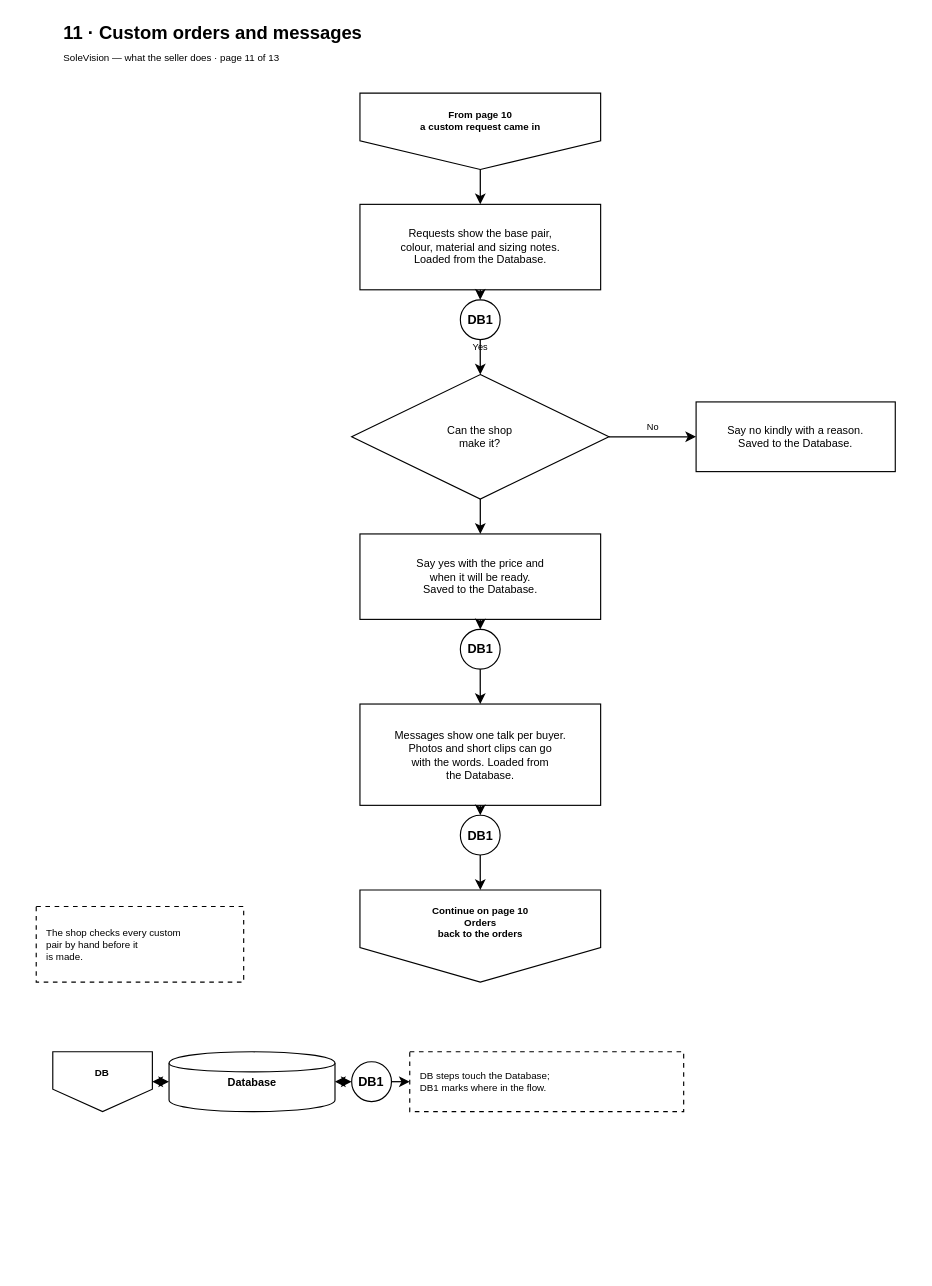
The draw.io diagram page "11 Custom orders and messages" (11 of 19) of docs/diagrams/seller-journey-flowchart.drawio in kibs06/CUF, before the edit. Source tidied: cells renumbered, new cells numbered last; positions are measured from the earlier drawing's top-left corner, leaving out a move shared by most shapes. Both pictures are drawn from the tidied source at 115%, with x=0, y=0 at pixel (36, 20).
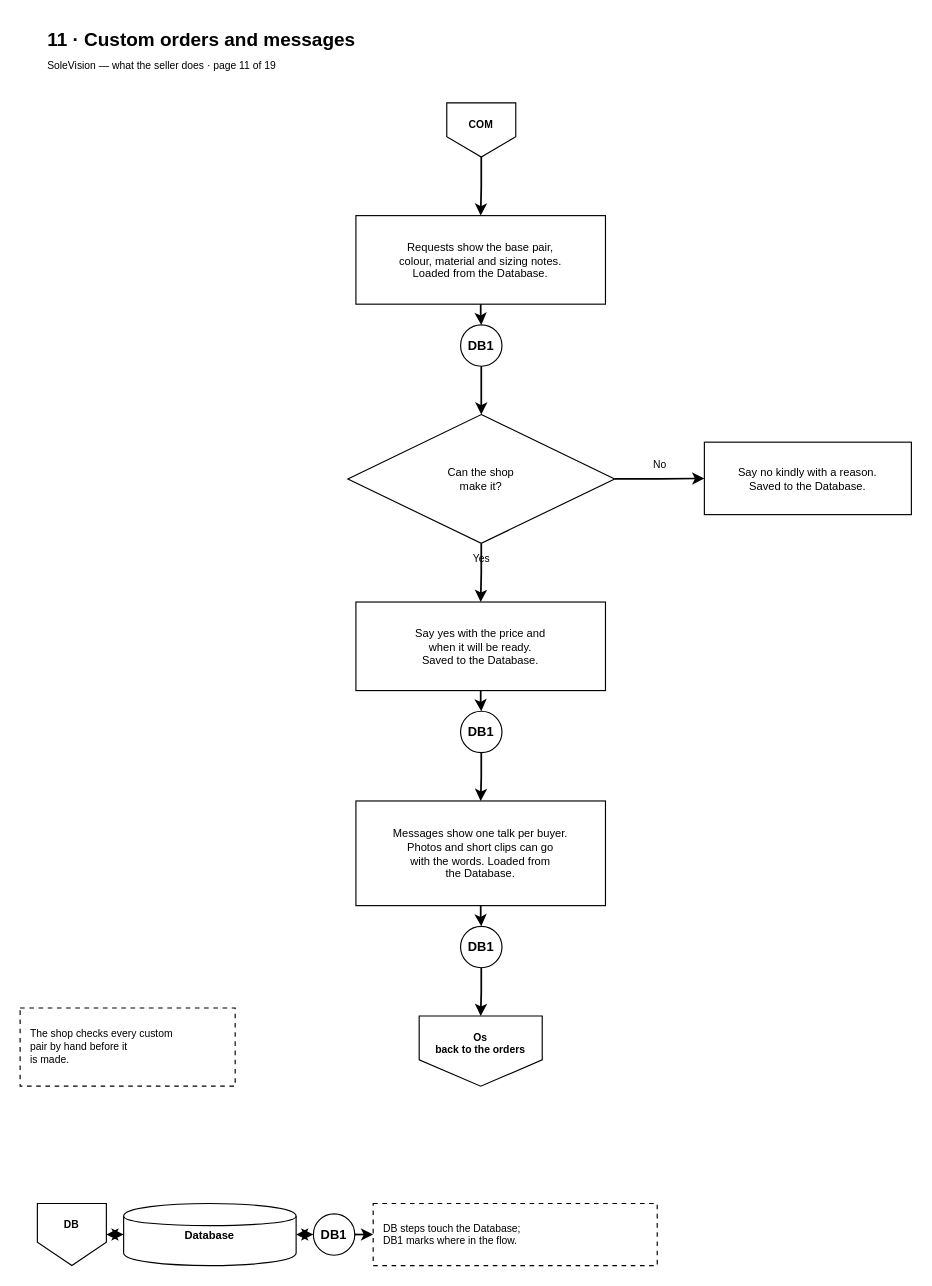
After the change.

Diff of the diagram source:
```diff
@@
-    <mxCell id="2" value="From page 10&lt;br&gt;a custom request came in" style="shape=offPageConnector;whiteSpace=wrap;html=1;fillColor=none;strokeColor=light-dark(#000000,#FFFFFF);fontColor=light-dark(#000000,#FFFFFF);fontSize=8.5;fontStyle=1;verticalAlign=top;spacingTop=7.2;perimeter=rectanglePerimeter;" parent="1" vertex="1">
-      <mxGeometry x="281.5" y="63.5" width="209.3" height="66.4" as="geometry" />
+    <mxCell id="2" value="COM" style="shape=offPageConnector;whiteSpace=wrap;html=1;fillColor=none;strokeColor=light-dark(#000000,#FFFFFF);fontColor=light-dark(#000000,#FFFFFF);fontSize=9;fontStyle=1;verticalAlign=top;spacingTop=7.5;perimeter=rectanglePerimeter;" parent="1" vertex="1">
+      <mxGeometry x="357" y="72" width="60" height="47" as="geometry" />
     </mxCell>
-    <mxCell id="3" value="Requests show the base pair,&lt;br&gt;colour, material and sizing notes.&lt;br&gt;Loaded from the Database." style="rounded=0;whiteSpace=wrap;html=1;fillColor=none;strokeColor=light-dark(#000000,#FFFFFF);fontColor=light-dark(#000000,#FFFFFF);fontSize=9.5;" parent="1" vertex="1">
-      <mxGeometry x="281.5" y="160.2" width="209.3" height="74.3" as="geometry" />
+    <mxCell id="3" value="Requests show the base pair,&lt;br&gt;colour, material and sizing notes.&lt;br&gt;Loaded from the Database." style="rounded=0;whiteSpace=wrap;html=1;fillColor=none;strokeColor=light-dark(#000000,#FFFFFF);fontColor=light-dark(#000000,#FFFFFF);fontSize=9.7;" parent="1" vertex="1">
+      <mxGeometry x="278" y="170" width="217" height="77" as="geometry" />
     </mxCell>
-    <mxCell id="4" value="DB1" style="ellipse;whiteSpace=wrap;html=1;fillColor=none;strokeColor=light-dark(#000000,#FFFFFF);fontColor=light-dark(#000000,#FFFFFF);fontSize=11;fontStyle=1;perimeter=ellipsePerimeter;" parent="1" vertex="1">
-      <mxGeometry x="368.8" y="243.2" width="34.6" height="34.6" as="geometry" />
+    <mxCell id="4" value="DB1" style="ellipse;whiteSpace=wrap;html=1;fillColor=none;strokeColor=light-dark(#000000,#FFFFFF);fontColor=light-dark(#000000,#FFFFFF);fontSize=11.2;fontStyle=1;perimeter=ellipsePerimeter;" parent="1" vertex="1">
+      <mxGeometry x="369" y="265" width="36" height="36" as="geometry" />
     </mxCell>
-    <mxCell id="5" value="Can the shop&lt;br&gt;make it?" style="rhombus;whiteSpace=wrap;html=1;fillColor=none;strokeColor=light-dark(#000000,#FFFFFF);fontColor=light-dark(#000000,#FFFFFF);fontSize=9.5;perimeter=rhombusPerimeter;" parent="1" vertex="1">
-      <mxGeometry x="274.3" y="308.2" width="223.7" height="108.3" as="geometry" />
+    <mxCell id="5" value="Can the shop&lt;br&gt;make it?" style="rhombus;whiteSpace=wrap;html=1;fillColor=none;strokeColor=light-dark(#000000,#FFFFFF);fontColor=light-dark(#000000,#FFFFFF);fontSize=9.7;perimeter=rhombusPerimeter;" parent="1" vertex="1">
+      <mxGeometry x="271" y="343" width="232" height="112" as="geometry" />
     </mxCell>
-    <mxCell id="6" value="Say no kindly with a reason.&lt;br&gt;Saved to the Database." style="rounded=0;whiteSpace=wrap;html=1;fillColor=none;strokeColor=light-dark(#000000,#FFFFFF);fontColor=light-dark(#000000,#FFFFFF);fontSize=9.5;" parent="1" vertex="1">
-      <mxGeometry x="573.8" y="332" width="173.2" height="60.6" as="geometry" />
+    <mxCell id="6" value="Say no kindly with a reason.&lt;br&gt;Saved to the Database." style="rounded=0;whiteSpace=wrap;html=1;fillColor=none;strokeColor=light-dark(#000000,#FFFFFF);fontColor=light-dark(#000000,#FFFFFF);fontSize=9.7;" parent="1" vertex="1">
+      <mxGeometry x="581" y="367" width="180" height="63" as="geometry" />
     </mxCell>
-    <mxCell id="7" value="Say yes with the price and&lt;br&gt;when it will be ready.&lt;br&gt;Saved to the Database." style="rounded=0;whiteSpace=wrap;html=1;fillColor=none;strokeColor=light-dark(#000000,#FFFFFF);fontColor=light-dark(#000000,#FFFFFF);fontSize=9.5;" parent="1" vertex="1">
-      <mxGeometry x="281.5" y="446.8" width="209.3" height="74.3" as="geometry" />
+    <mxCell id="7" value="Say yes with the price and&lt;br&gt;when it will be ready.&lt;br&gt;Saved to the Database." style="rounded=0;whiteSpace=wrap;html=1;fillColor=none;strokeColor=light-dark(#000000,#FFFFFF);fontColor=light-dark(#000000,#FFFFFF);fontSize=9.7;" parent="1" vertex="1">
+      <mxGeometry x="278" y="506" width="217" height="77" as="geometry" />
     </mxCell>
-    <mxCell id="8" value="DB1" style="ellipse;whiteSpace=wrap;html=1;fillColor=none;strokeColor=light-dark(#000000,#FFFFFF);fontColor=light-dark(#000000,#FFFFFF);fontSize=11;fontStyle=1;perimeter=ellipsePerimeter;" parent="1" vertex="1">
-      <mxGeometry x="368.8" y="529.8" width="34.6" height="34.6" as="geometry" />
+    <mxCell id="8" value="DB1" style="ellipse;whiteSpace=wrap;html=1;fillColor=none;strokeColor=light-dark(#000000,#FFFFFF);fontColor=light-dark(#000000,#FFFFFF);fontSize=11.2;fontStyle=1;perimeter=ellipsePerimeter;" parent="1" vertex="1">
+      <mxGeometry x="369" y="601" width="36" height="36" as="geometry" />
     </mxCell>
-    <mxCell id="9" value="Messages show one talk per buyer.&lt;br&gt;Photos and short clips can go&lt;br&gt;with the words. Loaded from&lt;br&gt;the Database." style="rounded=0;whiteSpace=wrap;html=1;fillColor=none;strokeColor=light-dark(#000000,#FFFFFF);fontColor=light-dark(#000000,#FFFFFF);fontSize=9.5;" parent="1" vertex="1">
-      <mxGeometry x="281.5" y="594.7" width="209.3" height="88.1" as="geometry" />
+    <mxCell id="9" value="Messages show one talk per buyer.&lt;br&gt;Photos and short clips can go&lt;br&gt;with the words. Loaded from&lt;br&gt;the Database." style="rounded=0;whiteSpace=wrap;html=1;fillColor=none;strokeColor=light-dark(#000000,#FFFFFF);fontColor=light-dark(#000000,#FFFFFF);fontSize=9.7;" parent="1" vertex="1">
+      <mxGeometry x="278" y="679" width="217" height="91" as="geometry" />
     </mxCell>
-    <mxCell id="10" value="DB1" style="ellipse;whiteSpace=wrap;html=1;fillColor=none;strokeColor=light-dark(#000000,#FFFFFF);fontColor=light-dark(#000000,#FFFFFF);fontSize=11;fontStyle=1;perimeter=ellipsePerimeter;" parent="1" vertex="1">
-      <mxGeometry x="368.8" y="691.4" width="34.6" height="34.6" as="geometry" />
+    <mxCell id="10" value="DB1" style="ellipse;whiteSpace=wrap;html=1;fillColor=none;strokeColor=light-dark(#000000,#FFFFFF);fontColor=light-dark(#000000,#FFFFFF);fontSize=11.2;fontStyle=1;perimeter=ellipsePerimeter;" parent="1" vertex="1">
+      <mxGeometry x="369" y="788" width="36" height="36" as="geometry" />
     </mxCell>
-    <mxCell id="11" value="Continue on page 10&lt;br&gt;Orders&lt;br&gt;back to the orders" style="shape=offPageConnector;whiteSpace=wrap;html=1;fillColor=none;strokeColor=light-dark(#000000,#FFFFFF);fontColor=light-dark(#000000,#FFFFFF);fontSize=8.5;fontStyle=1;verticalAlign=top;spacingTop=7.2;perimeter=rectanglePerimeter;" parent="1" vertex="1">
-      <mxGeometry x="281.5" y="756.4" width="209.3" height="80.1" as="geometry" />
+    <mxCell id="11" value="Os&lt;br&gt;back to the orders" style="shape=offPageConnector;whiteSpace=wrap;html=1;fillColor=none;strokeColor=light-dark(#000000,#FFFFFF);fontColor=light-dark(#000000,#FFFFFF);fontSize=9;fontStyle=1;verticalAlign=top;spacingTop=7.5;perimeter=rectanglePerimeter;" parent="1" vertex="1">
+      <mxGeometry x="333" y="866" width="107" height="61" as="geometry" />
     </mxCell>
-    <mxCell id="12" value="The shop checks every custom&lt;br&gt;pair by hand before it&lt;br&gt;is made." style="rounded=0;whiteSpace=wrap;html=1;dashed=1;dashPattern=4 4;fillColor=none;strokeColor=light-dark(#000000,#FFFFFF);fontColor=light-dark(#000000,#FFFFFF);fontSize=8.5;align=left;verticalAlign=middle;spacingLeft=7.2;spacingRight=7.2;" parent="1" vertex="1">
-      <mxGeometry y="770.8" width="180.4" height="65.7" as="geometry" />
+    <mxCell id="12" value="The shop checks every custom&lt;br&gt;pair by hand before it&lt;br&gt;is made." style="rounded=0;whiteSpace=wrap;html=1;dashed=1;dashPattern=4 4;fillColor=none;strokeColor=light-dark(#000000,#FFFFFF);fontColor=light-dark(#000000,#FFFFFF);fontSize=9;align=left;verticalAlign=middle;spacingLeft=7.5;spacingRight=7.5;" parent="1" vertex="1">
+      <mxGeometry x="-14" y="859" width="187" height="68" as="geometry" />
     </mxCell>
-    <mxCell id="13" value="DB" style="shape=offPageConnector;whiteSpace=wrap;html=1;fillColor=none;strokeColor=light-dark(#000000,#FFFFFF);fontColor=light-dark(#000000,#FFFFFF);fontSize=8.5;fontStyle=1;verticalAlign=top;spacingTop=7.2;perimeter=rectanglePerimeter;" parent="1" vertex="1">
-      <mxGeometry x="14.4" y="897.1" width="86.6" height="52" as="geometry" />
+    <mxCell id="13" value="DB" style="shape=offPageConnector;whiteSpace=wrap;html=1;fillColor=none;strokeColor=light-dark(#000000,#FFFFFF);fontColor=light-dark(#000000,#FFFFFF);fontSize=9;fontStyle=1;verticalAlign=top;spacingTop=7.5;perimeter=rectanglePerimeter;" parent="1" vertex="1">
+      <mxGeometry x="1" y="1029" width="60" height="54" as="geometry" />
     </mxCell>
-    <mxCell id="14" value="Database" style="shape=cylinder;whiteSpace=wrap;html=1;fillColor=none;strokeColor=light-dark(#000000,#FFFFFF);fontColor=light-dark(#000000,#FFFFFF);fontSize=9.5;fontStyle=1;" parent="1" vertex="1">
-      <mxGeometry x="115.5" y="897.1" width="144.3" height="52" as="geometry" />
+    <mxCell id="14" value="Database" style="shape=cylinder;whiteSpace=wrap;html=1;fillColor=none;strokeColor=light-dark(#000000,#FFFFFF);fontColor=light-dark(#000000,#FFFFFF);fontSize=9.7;fontStyle=1;" parent="1" vertex="1">
+      <mxGeometry x="76" y="1029" width="150" height="54" as="geometry" />
     </mxCell>
-    <mxCell id="15" value="DB1" style="ellipse;whiteSpace=wrap;html=1;fillColor=none;strokeColor=light-dark(#000000,#FFFFFF);fontColor=light-dark(#000000,#FFFFFF);fontSize=11;fontStyle=1;perimeter=ellipsePerimeter;" parent="1" vertex="1">
-      <mxGeometry x="274.3" y="905.8" width="34.6" height="34.6" as="geometry" />
+    <mxCell id="15" value="DB1" style="ellipse;whiteSpace=wrap;html=1;fillColor=none;strokeColor=light-dark(#000000,#FFFFFF);fontColor=light-dark(#000000,#FFFFFF);fontSize=11.2;fontStyle=1;perimeter=ellipsePerimeter;" parent="1" vertex="1">
+      <mxGeometry x="241" y="1038" width="36" height="36" as="geometry" />
     </mxCell>
-    <mxCell id="16" value="DB steps touch the Database;&lt;br&gt;DB1 marks where in the flow." style="rounded=0;whiteSpace=wrap;html=1;dashed=1;dashPattern=4 4;fillColor=none;strokeColor=light-dark(#000000,#FFFFFF);fontColor=light-dark(#000000,#FFFFFF);fontSize=8.5;align=left;verticalAlign=middle;spacingLeft=7.2;spacingRight=7.2;" parent="1" vertex="1">
-      <mxGeometry x="324.8" y="897.1" width="238.2" height="52" as="geometry" />
+    <mxCell id="16" value="DB steps touch the Database;&lt;br&gt;DB1 marks where in the flow." style="rounded=0;whiteSpace=wrap;html=1;dashed=1;dashPattern=4 4;fillColor=none;strokeColor=light-dark(#000000,#FFFFFF);fontColor=light-dark(#000000,#FFFFFF);fontSize=9;align=left;verticalAlign=middle;spacingLeft=7.5;spacingRight=7.5;" parent="1" vertex="1">
+      <mxGeometry x="293" y="1029" width="247" height="54" as="geometry" />
     </mxCell>
-    <mxCell id="17" value="11 · Custom orders and messages" style="text;html=1;fontSize=16;fontStyle=1;align=left;verticalAlign=middle;fontColor=light-dark(#000000,#FFFFFF);" parent="1" vertex="1">
-      <mxGeometry x="21.7" width="505.2" height="21.7" as="geometry" />
+    <mxCell id="17" value="11 · Custom orders and messages" style="text;html=1;fontSize=16.5;fontStyle=1;align=left;verticalAlign=middle;fontColor=light-dark(#000000,#FFFFFF);" parent="1" vertex="1">
+      <mxGeometry x="8" y="6" width="524" height="22" as="geometry" />
     </mxCell>
-    <mxCell id="18" value="SoleVision — what the seller does · page 11 of 13" style="text;html=1;fontSize=8.5;align=left;verticalAlign=middle;fontColor=light-dark(#000000,#FFFFFF);" parent="1" vertex="1">
-      <mxGeometry x="21.7" y="24.5" width="505.2" height="17.3" as="geometry" />
+    <mxCell id="18" value="SoleVision — what the seller does · page 11 of 19" style="text;html=1;fontSize=9;align=left;verticalAlign=middle;fontColor=light-dark(#000000,#FFFFFF);" parent="1" vertex="1">
+      <mxGeometry x="8" y="31" width="524" height="18" as="geometry" />
     </mxCell>
-    <mxCell id="19" style="edgeStyle=orthogonalEdgeStyle;rounded=0;html=1;endArrow=classic;endFill=1;strokeColor=light-dark(#000000,#FFFFFF);strokeWidth=1.1;fontSize=8;fontColor=light-dark(#000000,#FFFFFF);labelBackgroundColor=none;exitX=0.5;exitY=1;exitPerimeter=0;entryX=0.5;entryY=0;entryPerimeter=0;" parent="1" edge="1" source="2" target="3">
+    <mxCell id="19" style="edgeStyle=orthogonalEdgeStyle;rounded=0;jettySize=0;html=1;endArrow=classic;endFill=1;strokeColor=light-dark(#000000,#FFFFFF);strokeWidth=1.5;fontSize=9;fontColor=light-dark(#000000,#FFFFFF);labelBackgroundColor=none;exitX=0.5;exitY=1;exitPerimeter=0;entryX=0.5;entryY=0;entryPerimeter=0;" parent="1" edge="1" source="2" target="3">
       <mxGeometry relative="1" as="geometry">
-        <mxPoint y="-8.7" as="offset" />
+        <mxPoint y="-12" as="offset" />
       </mxGeometry>
     </mxCell>
-    <mxCell id="20" style="edgeStyle=orthogonalEdgeStyle;rounded=0;html=1;endArrow=classic;endFill=1;strokeColor=light-dark(#000000,#FFFFFF);strokeWidth=1.1;fontSize=8;fontColor=light-dark(#000000,#FFFFFF);labelBackgroundColor=none;exitX=0.5;exitY=1;exitPerimeter=0;entryX=0.5;entryY=0;entryPerimeter=0;" parent="1" edge="1" source="3" target="4">
+    <mxCell id="20" style="edgeStyle=orthogonalEdgeStyle;rounded=0;jettySize=0;html=1;endArrow=classic;endFill=1;strokeColor=light-dark(#000000,#FFFFFF);strokeWidth=1.5;fontSize=9;fontColor=light-dark(#000000,#FFFFFF);labelBackgroundColor=none;exitX=0.5;exitY=1;exitPerimeter=0;entryX=0.5;entryY=0;entryPerimeter=0;" parent="1" edge="1" source="3" target="4">
       <mxGeometry relative="1" as="geometry">
-        <mxPoint y="-8.7" as="offset" />
+        <mxPoint y="-12" as="offset" />
       </mxGeometry>
     </mxCell>
-    <mxCell id="21" value="Yes" style="edgeStyle=orthogonalEdgeStyle;rounded=0;html=1;endArrow=classic;endFill=1;strokeColor=light-dark(#000000,#FFFFFF);strokeWidth=1.1;fontSize=8;fontColor=light-dark(#000000,#FFFFFF);labelBackgroundColor=none;exitX=0.5;exitY=1;exitPerimeter=0;entryX=0.5;entryY=0;entryPerimeter=0;" parent="1" edge="1" source="4" target="5">
+    <mxCell id="21" style="edgeStyle=orthogonalEdgeStyle;rounded=0;jettySize=0;html=1;endArrow=classic;endFill=1;strokeColor=light-dark(#000000,#FFFFFF);strokeWidth=1.5;fontSize=9;fontColor=light-dark(#000000,#FFFFFF);labelBackgroundColor=none;exitX=0.5;exitY=1;exitPerimeter=0;entryX=0.5;entryY=0;entryPerimeter=0;" parent="1" edge="1" source="4" target="5">
       <mxGeometry relative="1" as="geometry">
-        <mxPoint y="-8.7" as="offset" />
+        <mxPoint y="-12" as="offset" />
       </mxGeometry>
     </mxCell>
-    <mxCell id="22" value="No" style="edgeStyle=orthogonalEdgeStyle;rounded=0;html=1;endArrow=classic;endFill=1;strokeColor=light-dark(#000000,#FFFFFF);strokeWidth=1.1;fontSize=8;fontColor=light-dark(#000000,#FFFFFF);labelBackgroundColor=none;exitX=1;exitY=0.5;exitPerimeter=0;entryX=0;entryY=0.5;entryPerimeter=0;" parent="1" edge="1" source="5" target="6">
+    <mxCell id="22" value="No" style="edgeStyle=orthogonalEdgeStyle;rounded=0;jettySize=0;html=1;endArrow=classic;endFill=1;strokeColor=light-dark(#000000,#FFFFFF);strokeWidth=1.5;fontSize=9;fontColor=light-dark(#000000,#FFFFFF);labelBackgroundColor=none;exitX=1;exitY=0.5;exitPerimeter=0;entryX=0;entryY=0.5;entryPerimeter=0;" parent="1" edge="1" source="5" target="6">
       <mxGeometry relative="1" as="geometry">
-        <mxPoint y="-8.7" as="offset" />
+        <mxPoint y="-12" as="offset" />
       </mxGeometry>
     </mxCell>
-    <mxCell id="23" style="edgeStyle=orthogonalEdgeStyle;rounded=0;html=1;endArrow=classic;endFill=1;strokeColor=light-dark(#000000,#FFFFFF);strokeWidth=1.1;fontSize=8;fontColor=light-dark(#000000,#FFFFFF);labelBackgroundColor=none;exitX=0.5;exitY=1;exitPerimeter=0;entryX=0.5;entryY=0;entryPerimeter=0;" parent="1" edge="1" source="5" target="7">
+    <mxCell id="23" value="Yes" style="edgeStyle=orthogonalEdgeStyle;rounded=0;jettySize=0;html=1;endArrow=classic;endFill=1;strokeColor=light-dark(#000000,#FFFFFF);strokeWidth=1.5;fontSize=9;fontColor=light-dark(#000000,#FFFFFF);labelBackgroundColor=none;exitX=0.5;exitY=1;exitPerimeter=0;entryX=0.5;entryY=0;entryPerimeter=0;" parent="1" edge="1" source="5" target="7">
       <mxGeometry relative="1" as="geometry">
-        <mxPoint y="-8.7" as="offset" />
+        <mxPoint y="-12" as="offset" />
       </mxGeometry>
     </mxCell>
-    <mxCell id="24" style="edgeStyle=orthogonalEdgeStyle;rounded=0;html=1;endArrow=classic;endFill=1;strokeColor=light-dark(#000000,#FFFFFF);strokeWidth=1.1;fontSize=8;fontColor=light-dark(#000000,#FFFFFF);labelBackgroundColor=none;exitX=0.5;exitY=1;exitPerimeter=0;entryX=0.5;entryY=0;entryPerimeter=0;" parent="1" edge="1" source="7" target="8">
+    <mxCell id="24" style="edgeStyle=orthogonalEdgeStyle;rounded=0;jettySize=0;html=1;endArrow=classic;endFill=1;strokeColor=light-dark(#000000,#FFFFFF);strokeWidth=1.5;fontSize=9;fontColor=light-dark(#000000,#FFFFFF);labelBackgroundColor=none;exitX=0.5;exitY=1;exitPerimeter=0;entryX=0.5;entryY=0;entryPerimeter=0;" parent="1" edge="1" source="7" target="8">
       <mxGeometry relative="1" as="geometry">
-        <mxPoint y="-8.7" as="offset" />
+        <mxPoint y="-12" as="offset" />
       </mxGeometry>
     </mxCell>
-    <mxCell id="25" style="edgeStyle=orthogonalEdgeStyle;rounded=0;html=1;endArrow=classic;endFill=1;strokeColor=light-dark(#000000,#FFFFFF);strokeWidth=1.1;fontSize=8;fontColor=light-dark(#000000,#FFFFFF);labelBackgroundColor=none;exitX=0.5;exitY=1;exitPerimeter=0;entryX=0.5;entryY=0;entryPerimeter=0;" parent="1" edge="1" source="8" target="9">
+    <mxCell id="25" style="edgeStyle=orthogonalEdgeStyle;rounded=0;jettySize=0;html=1;endArrow=classic;endFill=1;strokeColor=light-dark(#000000,#FFFFFF);strokeWidth=1.5;fontSize=9;fontColor=light-dark(#000000,#FFFFFF);labelBackgroundColor=none;exitX=0.5;exitY=1;exitPerimeter=0;entryX=0.5;entryY=0;entryPerimeter=0;" parent="1" edge="1" source="8" target="9">
       <mxGeometry relative="1" as="geometry">
-        <mxPoint y="-8.7" as="offset" />
+        <mxPoint y="-12" as="offset" />
       </mxGeometry>
     </mxCell>
-    <mxCell id="26" style="edgeStyle=orthogonalEdgeStyle;rounded=0;html=1;endArrow=classic;endFill=1;strokeColor=light-dark(#000000,#FFFFFF);strokeWidth=1.1;fontSize=8;fontColor=light-dark(#000000,#FFFFFF);labelBackgroundColor=none;exitX=0.5;exitY=1;exitPerimeter=0;entryX=0.5;entryY=0;entryPerimeter=0;" parent="1" edge="1" source="9" target="10">
+    <mxCell id="26" style="edgeStyle=orthogonalEdgeStyle;rounded=0;jettySize=0;html=1;endArrow=classic;endFill=1;strokeColor=light-dark(#000000,#FFFFFF);strokeWidth=1.5;fontSize=9;fontColor=light-dark(#000000,#FFFFFF);labelBackgroundColor=none;exitX=0.5;exitY=1;exitPerimeter=0;entryX=0.5;entryY=0;entryPerimeter=0;" parent="1" edge="1" source="9" target="10">
       <mxGeometry relative="1" as="geometry">
-        <mxPoint y="-8.7" as="offset" />
+        <mxPoint y="-12" as="offset" />
       </mxGeometry>
     </mxCell>
-    <mxCell id="27" style="edgeStyle=orthogonalEdgeStyle;rounded=0;html=1;endArrow=classic;endFill=1;strokeColor=light-dark(#000000,#FFFFFF);strokeWidth=1.1;fontSize=8;fontColor=light-dark(#000000,#FFFFFF);labelBackgroundColor=none;exitX=0.5;exitY=1;exitPerimeter=0;entryX=0.5;entryY=0;entryPerimeter=0;" parent="1" edge="1" source="10" target="11">
+    <mxCell id="27" style="edgeStyle=orthogonalEdgeStyle;rounded=0;jettySize=0;html=1;endArrow=classic;endFill=1;strokeColor=light-dark(#000000,#FFFFFF);strokeWidth=1.5;fontSize=9;fontColor=light-dark(#000000,#FFFFFF);labelBackgroundColor=none;exitX=0.5;exitY=1;exitPerimeter=0;entryX=0.5;entryY=0;entryPerimeter=0;" parent="1" edge="1" source="10" target="11">
       <mxGeometry relative="1" as="geometry">
-        <mxPoint y="-8.7" as="offset" />
+        <mxPoint y="-12" as="offset" />
       </mxGeometry>
     </mxCell>
-    <mxCell id="28" style="edgeStyle=orthogonalEdgeStyle;rounded=0;html=1;endArrow=classic;endFill=1;strokeColor=light-dark(#000000,#FFFFFF);strokeWidth=1.1;fontSize=8;fontColor=light-dark(#000000,#FFFFFF);labelBackgroundColor=none;exitX=1;exitY=0.5;exitPerimeter=0;entryX=0;entryY=0.5;entryPerimeter=0;startArrow=classic;startFill=1;" parent="1" edge="1" source="13" target="14">
+    <mxCell id="28" style="edgeStyle=orthogonalEdgeStyle;rounded=0;jettySize=0;html=1;endArrow=classic;endFill=1;strokeColor=light-dark(#000000,#FFFFFF);strokeWidth=1.5;fontSize=9;fontColor=light-dark(#000000,#FFFFFF);labelBackgroundColor=none;exitX=1;exitY=0.5;exitPerimeter=0;entryX=0;entryY=0.5;entryPerimeter=0;startArrow=classic;startFill=1;" parent="1" edge="1" source="13" target="14">
       <mxGeometry relative="1" as="geometry">
-        <mxPoint y="-8.7" as="offset" />
+        <mxPoint y="-12" as="offset" />
       </mxGeometry>
     </mxCell>
-    <mxCell id="29" style="edgeStyle=orthogonalEdgeStyle;rounded=0;html=1;endArrow=classic;endFill=1;strokeColor=light-dark(#000000,#FFFFFF);strokeWidth=1.1;fontSize=8;fontColor=light-dark(#000000,#FFFFFF);labelBackgroundColor=none;exitX=1;exitY=0.5;exitPerimeter=0;entryX=0;entryY=0.5;entryPerimeter=0;startArrow=classic;startFill=1;" parent="1" edge="1" source="14" target="15">
+    <mxCell id="29" style="edgeStyle=orthogonalEdgeStyle;rounded=0;jettySize=0;html=1;endArrow=classic;endFill=1;strokeColor=light-dark(#000000,#FFFFFF);strokeWidth=1.5;fontSize=9;fontColor=light-dark(#000000,#FFFFFF);labelBackgroundColor=none;exitX=1;exitY=0.5;exitPerimeter=0;entryX=0;entryY=0.5;entryPerimeter=0;startArrow=classic;startFill=1;" parent="1" edge="1" source="14" target="15">
       <mxGeometry relative="1" as="geometry">
-        <mxPoint y="-8.7" as="offset" />
+        <mxPoint y="-12" as="offset" />
       </mxGeometry>
     </mxCell>
-    <mxCell id="30" style="edgeStyle=orthogonalEdgeStyle;rounded=0;html=1;endArrow=classic;endFill=1;strokeColor=light-dark(#000000,#FFFFFF);strokeWidth=1.1;fontSize=8;fontColor=light-dark(#000000,#FFFFFF);labelBackgroundColor=none;exitX=1;exitY=0.5;exitPerimeter=0;entryX=0;entryY=0.5;entryPerimeter=0;" parent="1" edge="1" source="15" target="16">
+    <mxCell id="30" style="edgeStyle=orthogonalEdgeStyle;rounded=0;jettySize=0;html=1;endArrow=classic;endFill=1;strokeColor=light-dark(#000000,#FFFFFF);strokeWidth=1.5;fontSize=9;fontColor=light-dark(#000000,#FFFFFF);labelBackgroundColor=none;exitX=1;exitY=0.5;exitPerimeter=0;entryX=0;entryY=0.5;entryPerimeter=0;" parent="1" edge="1" source="15" target="16">
       <mxGeometry relative="1" as="geometry">
-        <mxPoint y="-8.7" as="offset" />
+        <mxPoint y="-12" as="offset" />
       </mxGeometry>
     </mxCell>
```
